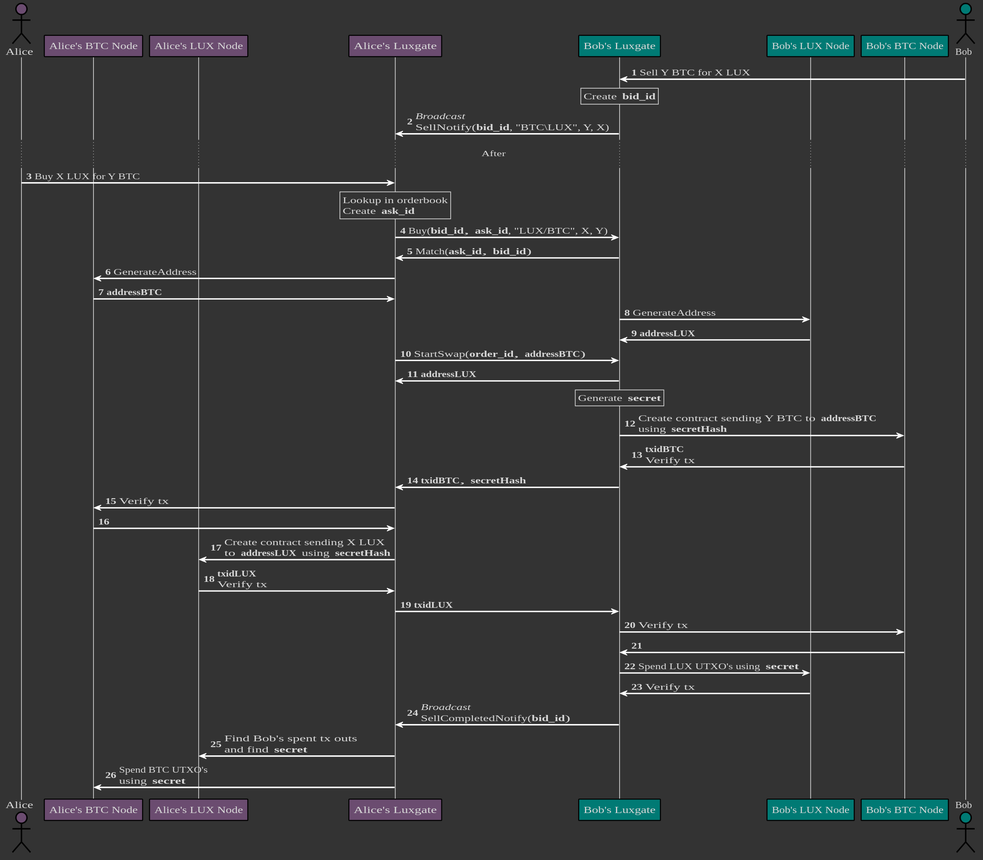
LUX-Core/lux keeps this PlantUML diagram as doc/luxgate/atomic-swap.svg. Above is the earlier version. Source of this version:
```plantuml
@startuml


skinparam shadowing false
skinparam defaultFontColor #d8d8d8
skinparam defaultFontName "Fira Code"
skinparam BackgroundColor #333333
skinparam sequenceArrowThickness 2
skinparam roundcorner 2
skinparam ParticipantBorderColor #black
skinparam NoteBackgroundColor #333333
skinparam NoteBorderColor  #d8d8d8
skinparam sequence {
    ArrowColor #white
    LifeLineBorderColor #d8d8d8
    ActorBorderColor #black
}

actor Alice #6b4c70
participant btcA as "Alice's BTC Node"  #6b4c70
participant luxA as "Alice's LUX Node"  #6b4c70
participant lgA as "Alice's Luxgate" #6b4c70
participant lgB as "Bob's Luxgate"  #007a74
participant luxB as "Bob's LUX Node"  #007a74
participant btcB as "Bob's BTC Node"  #007a74
actor Bob  #007a74

autonumber

Bob -> lgB : Sell Y BTC for X LUX
rnote over lgB : Create **bid_id**
lgB -> lgA : //Broadcast//\nSellNotify(**bid_id**, "BTC\LUX", Y, X)
... After ...
Alice -> lgA : Buy X LUX for Y BTC

rnote over lgA
Lookup in orderbook
Create **ask_id**
endrnote

lgA -> lgB : Buy(**bid_id**, **ask_id**, "LUX/BTC", X, Y)
lgB -> lgA : Match(**ask_id**, **bid_id**)

lgA -> btcA :  GenerateAddress
btcA -> lgA :  **addressBTC**

lgB -> luxB : GenerateAddress
luxB -> lgB : **addressLUX**

lgA -> lgB : StartSwap(**order_id**, **addressBTC**)
lgB -> lgA : **addressLUX**

rnote over lgB : Generate **secret**

lgB -> btcB : Create contract sending Y BTC to **addressBTC**\nusing **secretHash**
btcB -> lgB : **txidBTC**\nVerify tx

lgB -> lgA : **txidBTC**, **secretHash**

lgA -> btcA : Verify tx
btcA -> lgA

lgA -> luxA : Create contract sending X LUX\nto **addressLUX** using **secretHash**
luxA -> lgA : **txidLUX**\nVerify tx

lgA -> lgB : **txidLUX**


lgB -> btcB : Verify tx
btcB -> lgB

lgB -> luxB : Spend LUX UTXO's using **secret**

luxB -> lgB : Verify tx

lgB -> lgA : //Broadcast// \nSellCompletedNotify(**bid_id**)

lgA -> luxA : Find Bob's spent tx outs\nand find **secret**
lgA -> btcA : Spend BTC UTXO's\nusing **secret**

@enduml
```
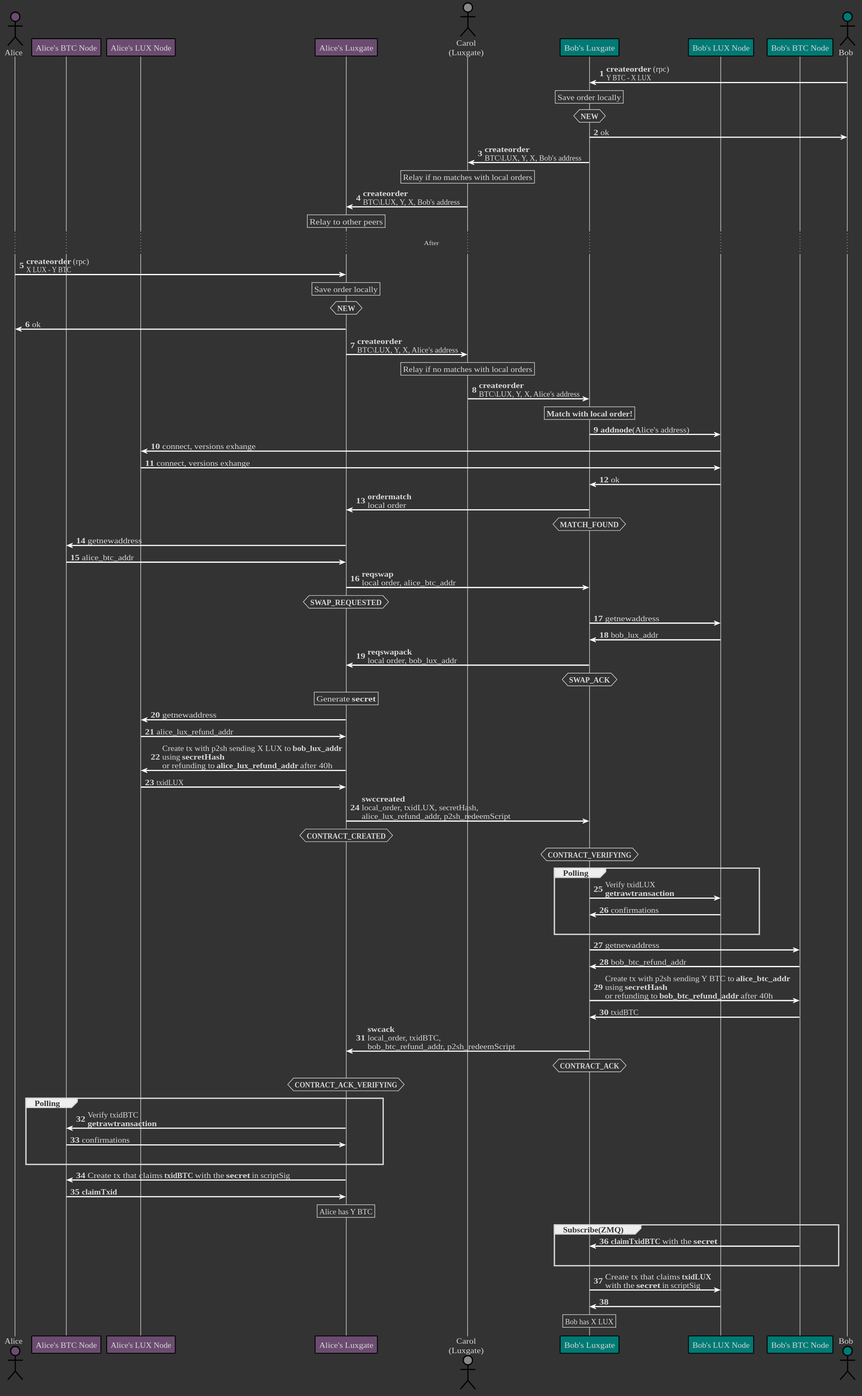
After the commit.

Commit message:
update common sequence diagram

What changed in the source:
```diff
@@ -3,7 +3,9 @@
 
 skinparam shadowing false
 skinparam defaultFontColor #d8d8d8
-skinparam defaultFontName "Fira Code"
+skinparam SequenceGroupBorderColor #d8d8d8
+skinparam SequenceGroupHeaderFontColor #333333
+skinparam defaultFontName "Ubuntu"
 skinparam BackgroundColor #333333
 skinparam sequenceArrowThickness 2
 skinparam roundcorner 2
@@ -20,6 +22,7 @@
 participant btcA as "Alice's BTC Node"  #6b4c70
 participant luxA as "Alice's LUX Node"  #6b4c70
 participant lgA as "Alice's Luxgate" #6b4c70
+actor Carol as "Carol\n(Luxgate)" #888888
 participant lgB as "Bob's Luxgate"  #007a74
 participant luxB as "Bob's LUX Node"  #007a74
 participant btcB as "Bob's BTC Node"  #007a74
@@ -27,55 +30,95 @@
 
 autonumber
 
-Bob -> lgB : Sell Y BTC for X LUX
-rnote over lgB : Create **bid_id**
-lgB -> lgA : //Broadcast//\nSellNotify(**bid_id**, "BTC\LUX", Y, X)
+Bob -> lgB : **createorder** (rpc)\nY BTC - X LUX
+rnote over lgB : Save order locally
+hnote over lgB: **NEW**
+lgB -> Bob : ok
+lgB -> Carol : **createorder**\nBTC\LUX, Y, X, Bob's address
+rnote over Carol: Relay if no matches with local orders
+Carol -> lgA : **createorder**\nBTC\LUX, Y, X, Bob's address
+rnote over lgA : Relay to other peers
 ... After ...
-Alice -> lgA : Buy X LUX for Y BTC
+Alice -> lgA : **createorder** (rpc)\nX LUX - Y BTC
+rnote over lgA : Save order locally
+hnote over lgA: **NEW**
+lgA -> Alice : ok
 
-rnote over lgA
-Lookup in orderbook
-Create **ask_id**
-endrnote
+lgA -> Carol : **createorder**\nBTC\LUX, Y, X, Alice's address
+rnote over Carol: Relay if no matches with local orders
+Carol -> lgB : **createorder**\nBTC\LUX, Y, X, Alice's address
 
-lgA -> lgB : Buy(**bid_id**, **ask_id**, "LUX/BTC", X, Y)
-lgB -> lgA : Match(**ask_id**, **bid_id**)
+rnote over lgB: **Match with local order!**
 
-lgA -> btcA :  GenerateAddress
-btcA -> lgA :  **addressBTC**
+lgB -> luxB: **addnode**(Alice's address)
+luxB -> luxA: connect, versions exhange
+luxA -> luxB: connect, versions exhange
+luxB -> lgB: ok
+lgB -> lgA: **ordermatch**\nlocal order
+hnote over lgB :**MATCH_FOUND**
 
-lgB -> luxB : GenerateAddress
-luxB -> lgB : **addressLUX**
-
-lgA -> lgB : StartSwap(**order_id**, **addressBTC**)
-lgB -> lgA : **addressLUX**
-
-rnote over lgB : Generate **secret**
-
-lgB -> btcB : Create contract sending Y BTC to **addressBTC**\nusing **secretHash**
-btcB -> lgB : **txidBTC**\nVerify tx
-
-lgB -> lgA : **txidBTC**, **secretHash**
-
-lgA -> btcA : Verify tx
-btcA -> lgA
-
-lgA -> luxA : Create contract sending X LUX\nto **addressLUX** using **secretHash**
-luxA -> lgA : **txidLUX**\nVerify tx
-
-lgA -> lgB : **txidLUX**
+lgA -> btcA :  getnewaddress
+btcA -> lgA :  alice_btc_addr
 
 
-lgB -> btcB : Verify tx
-btcB -> lgB
+lgA -> lgB : **reqswap**\nlocal order, alice_btc_addr
+hnote over lgA : **SWAP_REQUESTED**
 
-lgB -> luxB : Spend LUX UTXO's using **secret**
+lgB -> luxB : getnewaddress
+luxB -> lgB : bob_lux_addr
 
-luxB -> lgB : Verify tx
+lgB -> lgA: **reqswapack**\nlocal order, bob_lux_addr
+hnote over lgB : **SWAP_ACK**
 
-lgB -> lgA : //Broadcast// \nSellCompletedNotify(**bid_id**)
 
-lgA -> luxA : Find Bob's spent tx outs\nand find **secret**
-lgA -> btcA : Spend BTC UTXO's\nusing **secret**
+rnote over lgA : Generate **secret**
+lgA -> luxA: getnewaddress
+luxA -> lgA: alice_lux_refund_addr
+
+lgA -> luxA : Create tx with p2sh sending X LUX to **bob_lux_addr**\nusing **secretHash**\nor refunding to **alice_lux_refund_addr** after 40h
+luxA -> lgA : txidLUX
+
+
+lgA -> lgB : **swccreated**\nlocal_order, txidLUX, secretHash,\nalice_lux_refund_addr, p2sh_redeemScript
+
+hnote over lgA : **CONTRACT_CREATED**
+hnote over lgB: **CONTRACT_VERIFYING**
+
+group Polling
+lgB -> luxB : Verify txidLUX\n**getrawtransaction**
+luxB -> lgB : confirmations
+|||
+end
+
+lgB -> btcB: getnewaddress
+btcB -> lgB: bob_btc_refund_addr
+
+lgB -> btcB : Create tx with p2sh sending Y BTC to **alice_btc_addr**\nusing **secretHash**\nor refunding to **bob_btc_refund_addr** after 40h
+btcB -> lgB : txidBTC
+
+
+lgB -> lgA: **swcack**\nlocal_order, txidBTC,\nbob_btc_refund_addr, p2sh_redeemScript
+
+hnote over lgB: **CONTRACT_ACK**
+
+hnote over lgA: **CONTRACT_ACK_VERIFYING**
+group Polling
+lgA -> btcA : Verify txidBTC\n**getrawtransaction**
+btcA -> lgA : confirmations
+|||
+end
+
+lgA -> btcA: Create tx that claims **txidBTC** with the **secret** in scriptSig
+btcA -> lgA: **claimTxid**
+rnote over lgA: Alice has Y BTC
+
+group Subscribe(ZMQ)
+btcB -> lgB: **claimTxidBTC** with the **secret**
+|||
+end
+
+lgB -> luxB: Create tx that claims **txidLUX**\nwith the **secret** in scriptSig
+luxB -> lgB:
+rnote over lgB: Bob has X LUX
 
 @enduml
```
